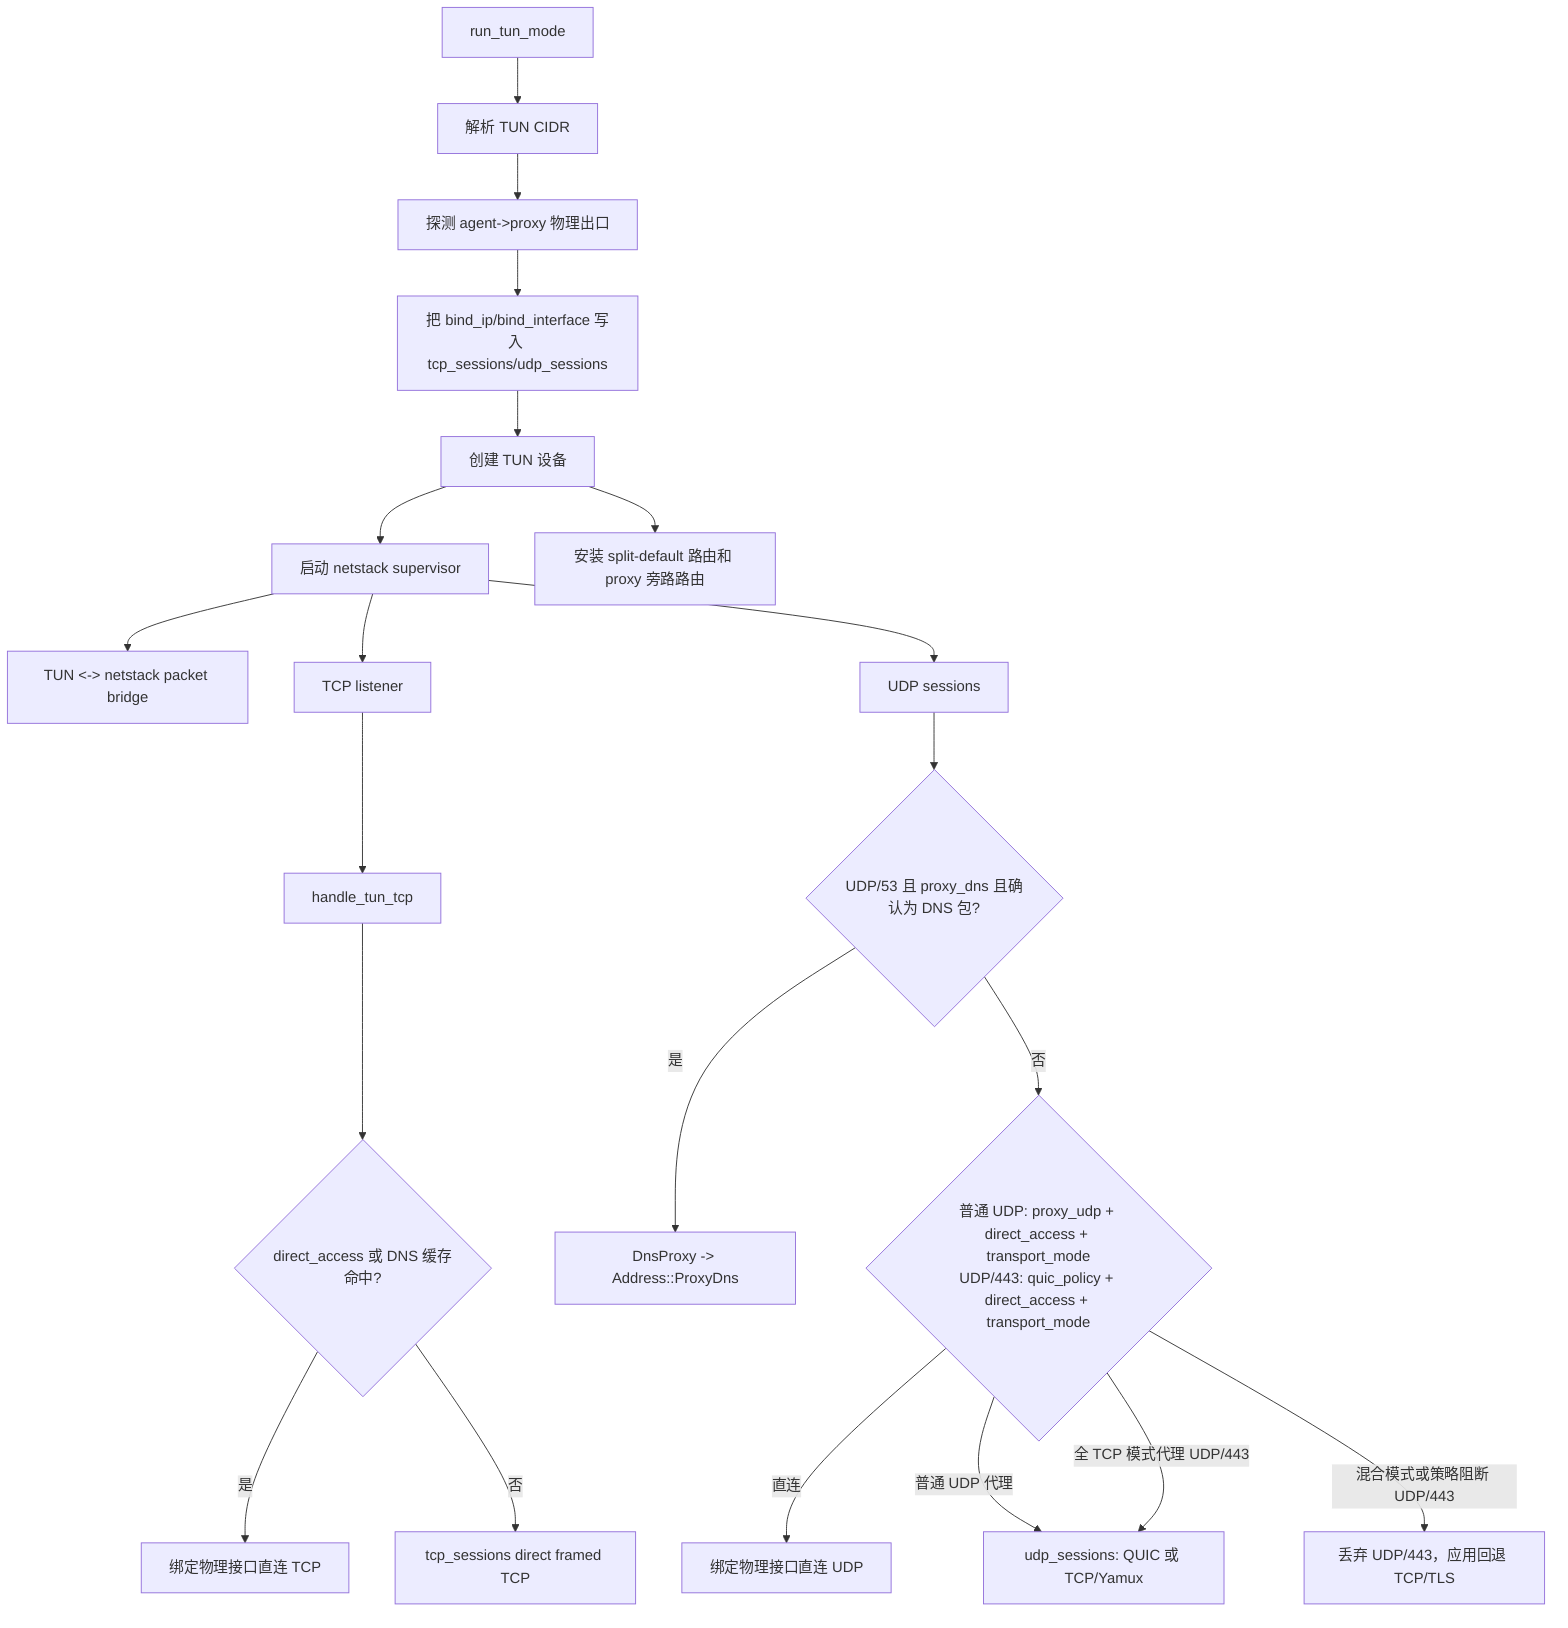
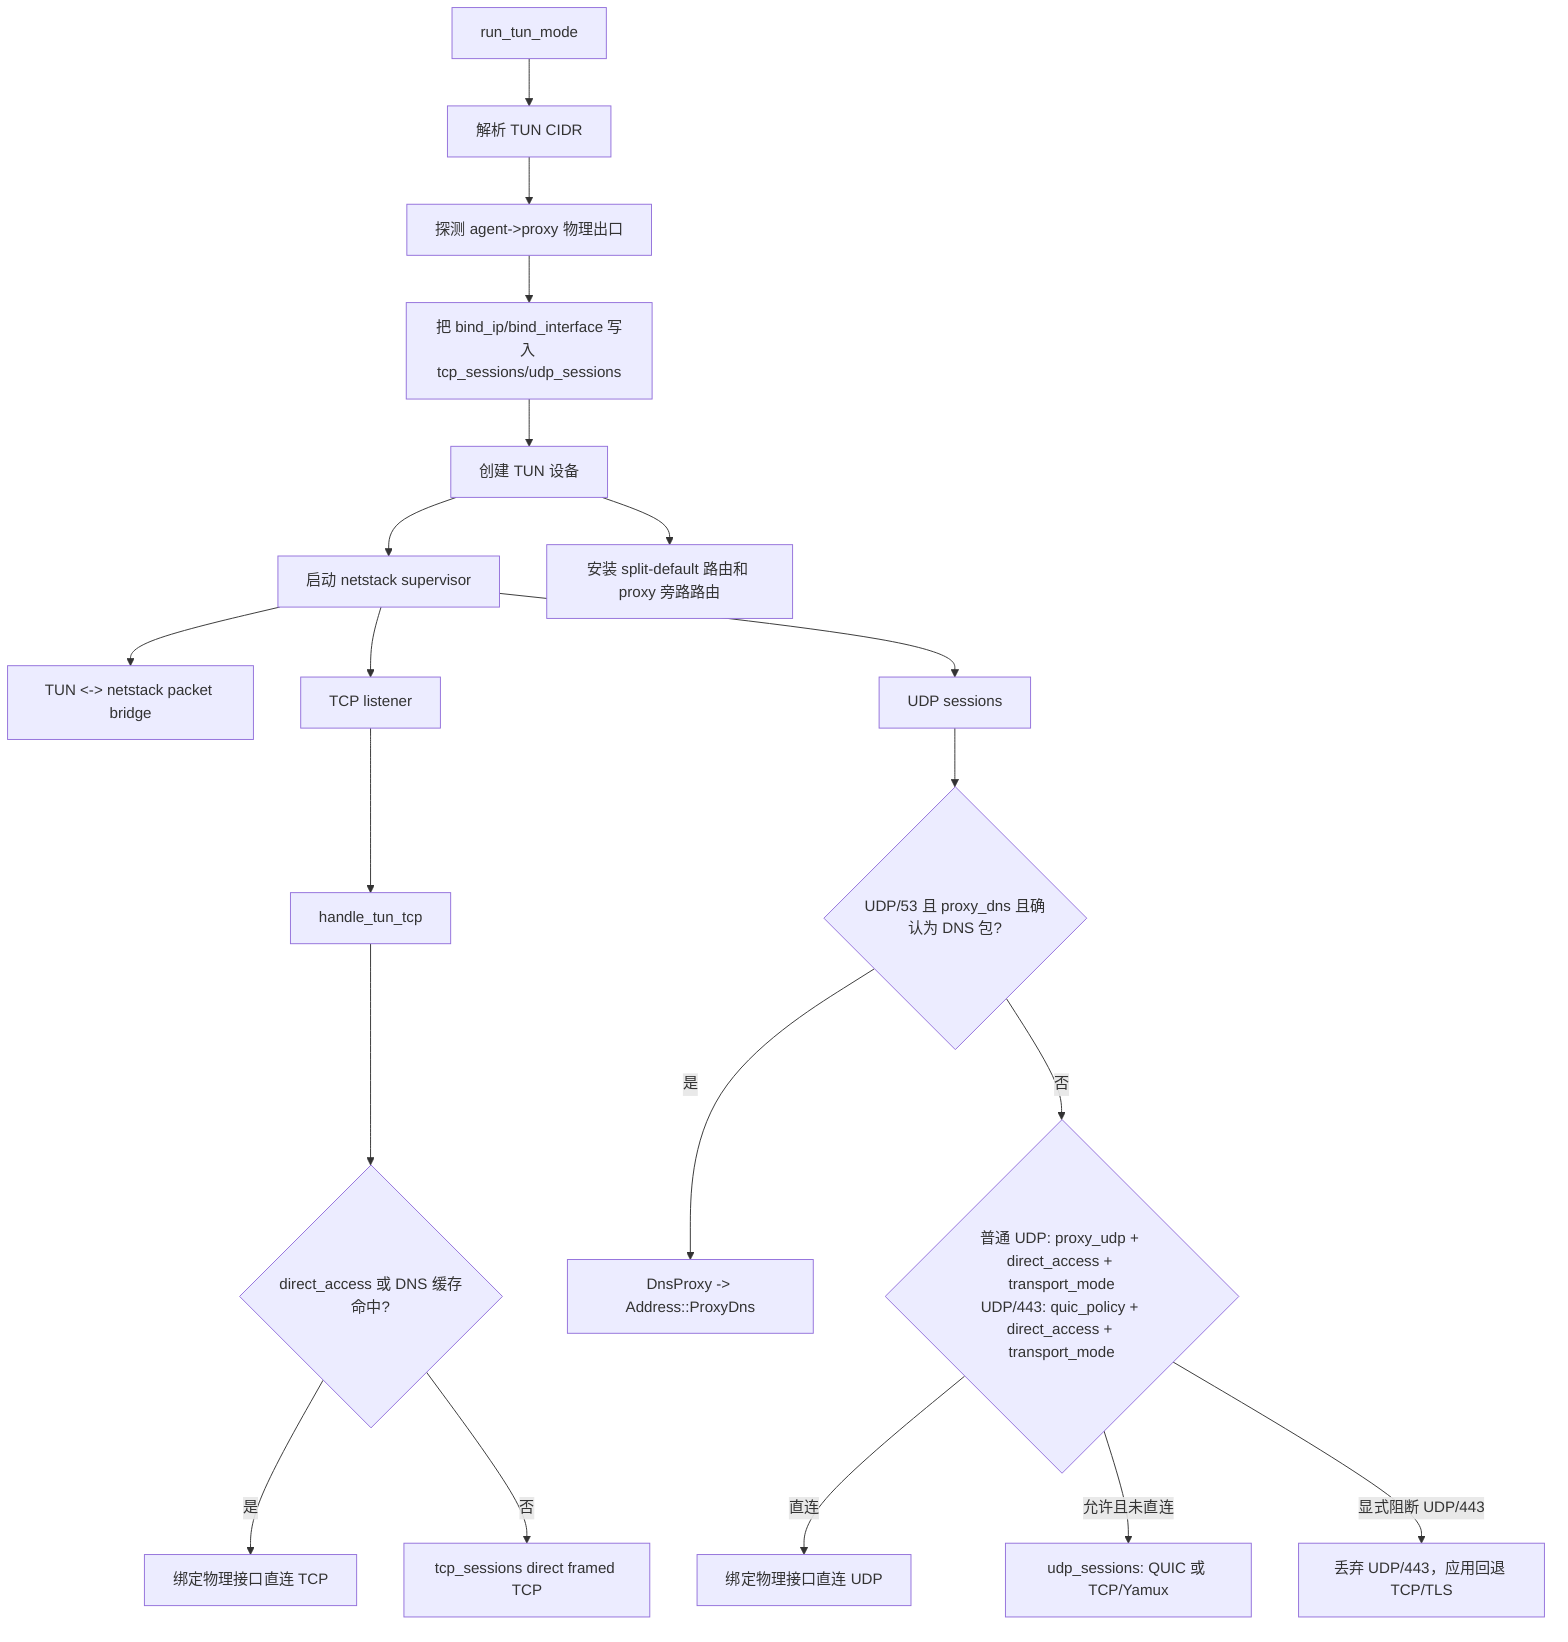
flowchart TD
    A["run_tun_mode"] --> B["解析 TUN CIDR"]
    B --> C["探测 agent->proxy 物理出口"]
    C --> D["把 bind_ip/bind_interface 写入 tcp_sessions/udp_sessions"]
    D --> E["创建 TUN 设备"]
    E --> F["启动 netstack supervisor"]
    F --> G["TUN <-> netstack packet bridge"]
    F --> H["TCP listener"]
    F --> I["UDP sessions"]
    E --> J["安装 split-default 路由和 proxy 旁路路由"]
    H --> K["handle_tun_tcp"]
    K --> L{"direct_access 或 DNS 缓存命中?"}
    L -->|"是"| M["绑定物理接口直连 TCP"]
    L -->|"否"| N["tcp_sessions direct framed TCP"]

    I --> O{"UDP/53 且 proxy_dns 且确认为 DNS 包?"}
    O -->|"是"| P["DnsProxy -> Address::ProxyDns"]
    O -->|"否"| Q{"普通 UDP: proxy_udp + direct_access + transport_mode<br/>UDP/443: quic_policy + direct_access + transport_mode"}
    Q -->|"直连"| R["绑定物理接口直连 UDP"]
-     Q -->|"普通 UDP 代理"| S["udp_sessions: QUIC 或 TCP/Yamux"]
-     Q -->|"全 TCP 模式代理 UDP/443"| S
-     Q -->|"混合模式或策略阻断 UDP/443"| T["丢弃 UDP/443，应用回退 TCP/TLS"]
+     Q -->|"允许且未直连"| S["udp_sessions: QUIC 或 TCP/Yamux"]
+     Q -->|"显式阻断 UDP/443"| T["丢弃 UDP/443，应用回退 TCP/TLS"]
